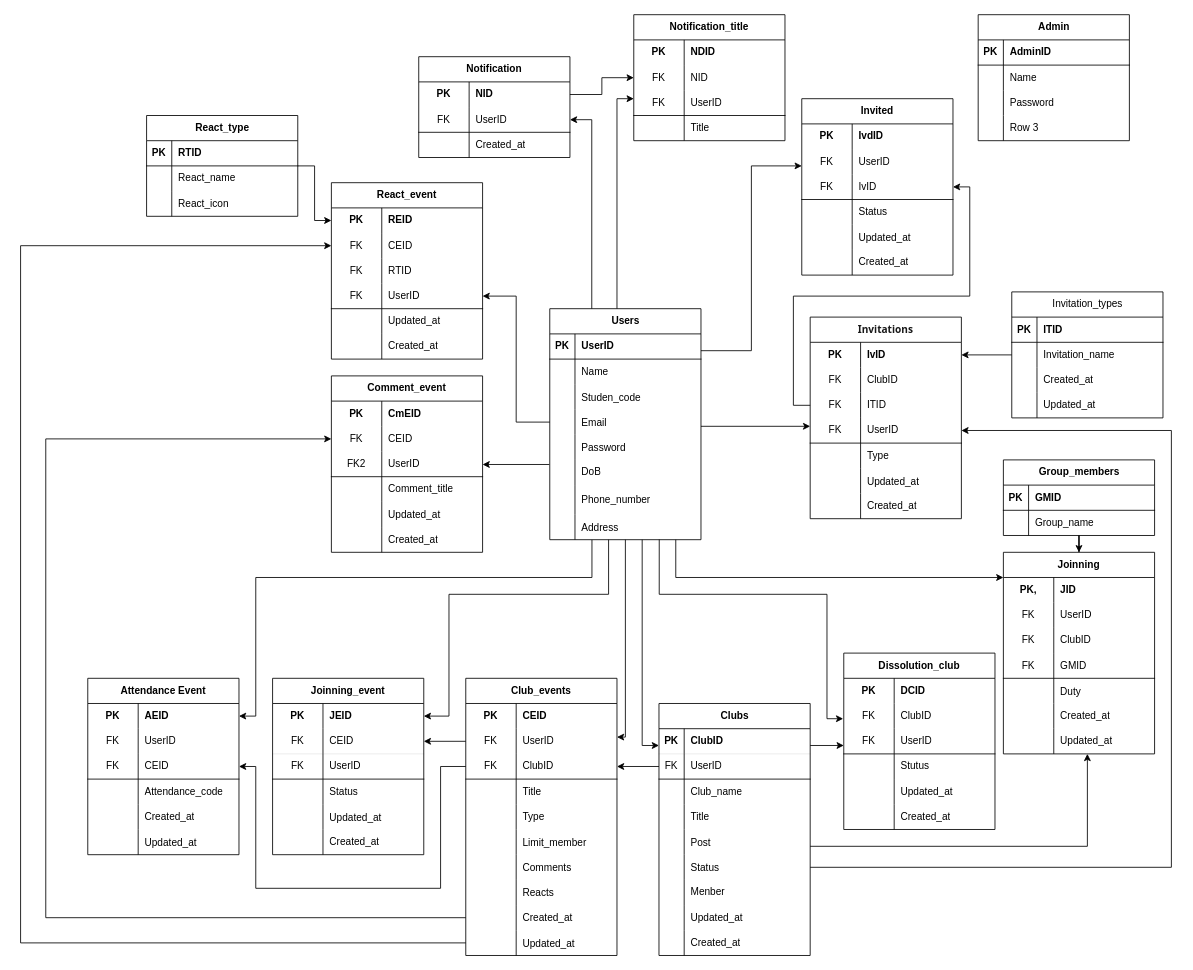
Earlier version of the draw.io diagram page "Database" (14 of 14) of diagram.drawio (ZanhhTrann/finall_project-). Source tidied: cells renumbered, new cells numbered last; positions are measured from the earlier drawing's top-left corner, leaving out a move shared by most shapes. Both pictures are drawn from the tidied source at 84%, with x=0, y=0 at pixel (20, 14).
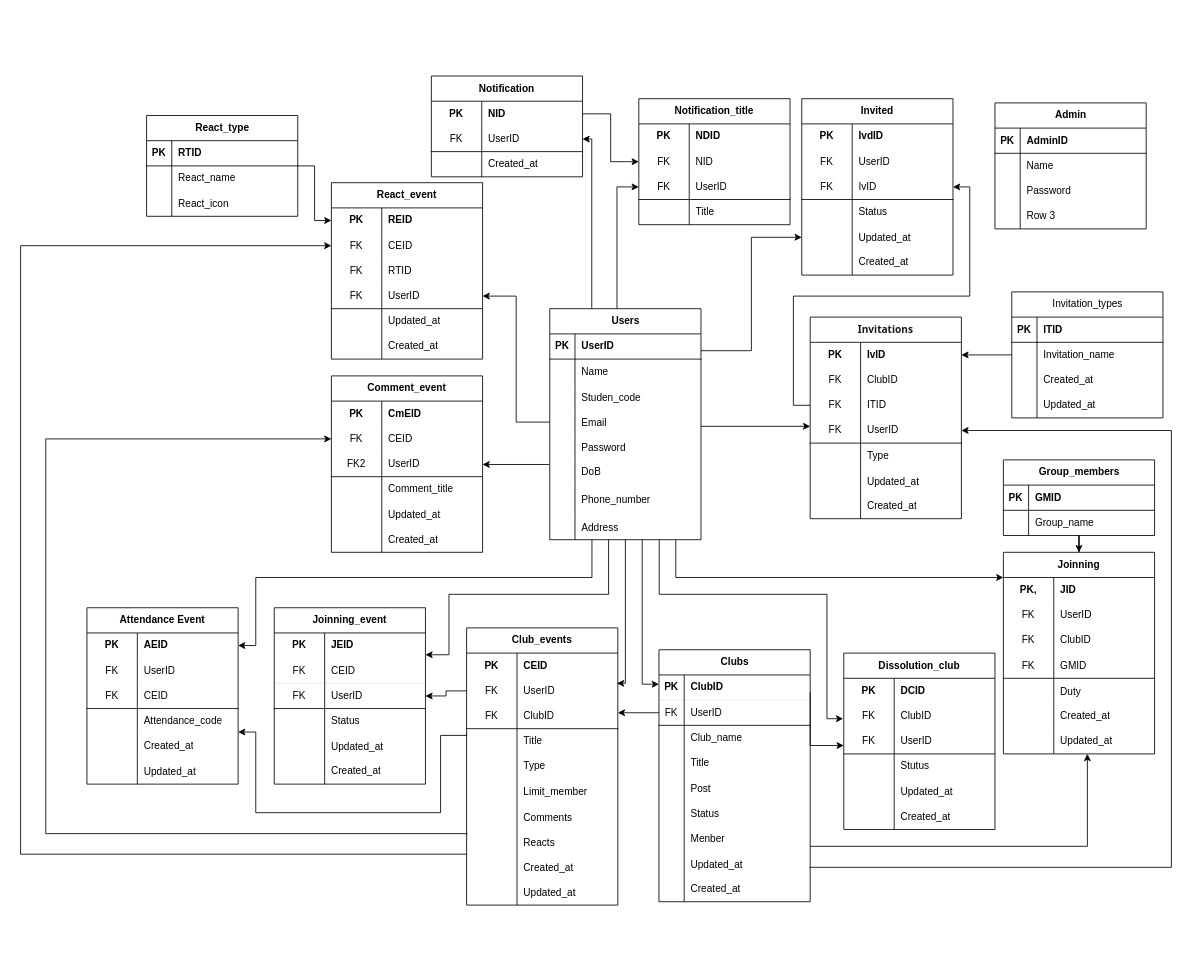
The same diagram, later.

Commit message:
Cập nhật diagram.drawio

Unchanged cells that the change refers to:
```xml
<mxCell id="2" value="&lt;b&gt;Users&lt;/b&gt;" style="shape=table;startSize=30;childLayout=tableLayout;rowLines=0;fontStyle=0;align=center;html=1;" parent="1" vertex="1">
  <mxGeometry x="630" y="350" width="180" height="275" as="geometry" />
</mxCell>
<mxCell id="24" style="shape=tableRow;horizontal=0;startSize=0;swimlaneHead=0;swimlaneBody=0;fillColor=none;points=[[0,0.5],[1,0.5]];portConstraint=eastwest;top=0;left=0;right=0;bottom=0;fontStyle=0;" parent="2" vertex="1">
  <mxGeometry y="245" width="180" height="30" as="geometry" />
</mxCell>
<mxCell id="41" style="shape=tableRow;horizontal=0;startSize=0;swimlaneHead=0;swimlaneBody=0;fillColor=none;points=[[0,0.5],[1,0.5]];portConstraint=eastwest;top=0;left=0;right=0;bottom=1;swimlaneLine=0;strokeWidth=0;fontStyle=0;" parent="40" vertex="1">
  <mxGeometry y="30" width="180" height="30" as="geometry" />
</mxCell>
<mxCell id="44" style="shape=tableRow;horizontal=0;startSize=0;swimlaneHead=0;swimlaneBody=0;fillColor=none;points=[[0,0.5],[1,0.5]];portConstraint=eastwest;top=0;left=0;right=0;bottom=1;html=1;swimlaneLine=0;fontStyle=0;" parent="40" vertex="1">
  <mxGeometry y="60" width="180" height="30" as="geometry" />
</mxCell>
<mxCell id="56" style="shape=tableRow;horizontal=0;startSize=0;swimlaneHead=0;swimlaneBody=0;fillColor=none;points=[[0,0.5],[1,0.5]];portConstraint=eastwest;top=0;left=0;right=0;bottom=0;fontStyle=0;" parent="40" vertex="1">
  <mxGeometry y="180" width="180" height="30" as="geometry" />
</mxCell>
<mxCell id="102" style="shape=tableRow;horizontal=0;startSize=0;swimlaneHead=0;swimlaneBody=0;fillColor=none;points=[[0,0.5],[1,0.5]];portConstraint=eastwest;top=0;left=0;right=0;bottom=0;fontStyle=0;" parent="98" vertex="1">
  <mxGeometry y="60" width="180" height="30" as="geometry" />
</mxCell>
<mxCell id="105" style="shape=tableRow;horizontal=0;startSize=0;swimlaneHead=0;swimlaneBody=0;fillColor=none;points=[[0,0.5],[1,0.5]];portConstraint=eastwest;top=0;left=0;right=0;bottom=1;html=1;fontStyle=0;" parent="98" vertex="1">
  <mxGeometry y="90" width="180" height="30" as="geometry" />
</mxCell>
<mxCell id="108" style="shape=tableRow;horizontal=0;startSize=0;swimlaneHead=0;swimlaneBody=0;fillColor=none;points=[[0,0.5],[1,0.5]];portConstraint=eastwest;top=0;left=0;right=0;bottom=0;html=1;fontStyle=0;" parent="98" vertex="1">
  <mxGeometry y="120" width="180" height="30" as="geometry" />
</mxCell>
<mxCell id="120" style="shape=tableRow;horizontal=0;startSize=0;swimlaneHead=0;swimlaneBody=0;fillColor=none;points=[[0,0.5],[1,0.5]];portConstraint=eastwest;top=0;left=0;right=0;bottom=0;fontStyle=0;" parent="98" vertex="1">
  <mxGeometry y="240" width="180" height="30" as="geometry" />
</mxCell>
<mxCell id="123" style="shape=tableRow;horizontal=0;startSize=0;swimlaneHead=0;swimlaneBody=0;fillColor=none;points=[[0,0.5],[1,0.5]];portConstraint=eastwest;top=0;left=0;right=0;bottom=0;fontStyle=0;" parent="98" vertex="1">
  <mxGeometry y="270" width="180" height="30" as="geometry" />
</mxCell>
<mxCell id="126" style="shape=tableRow;horizontal=0;startSize=0;swimlaneHead=0;swimlaneBody=0;fillColor=none;points=[[0,0.5],[1,0.5]];portConstraint=eastwest;top=0;left=0;right=0;bottom=0;fontStyle=0;" parent="98" vertex="1">
  <mxGeometry y="300" width="180" height="30" as="geometry" />
</mxCell>
<mxCell id="133" style="shape=tableRow;horizontal=0;startSize=0;swimlaneHead=0;swimlaneBody=0;fillColor=none;points=[[0,0.5],[1,0.5]];portConstraint=eastwest;top=0;left=0;right=0;bottom=0;fontStyle=0;" parent="129" vertex="1">
  <mxGeometry y="60" width="180" height="30" as="geometry" />
</mxCell>
<mxCell id="152" style="shape=tableRow;horizontal=0;startSize=0;swimlaneHead=0;swimlaneBody=0;fillColor=none;points=[[0,0.5],[1,0.5]];portConstraint=eastwest;top=0;left=0;right=0;bottom=0;fontStyle=0;" parent="148" vertex="1">
  <mxGeometry y="60" width="180" height="30" as="geometry" />
</mxCell>
<mxCell id="182" style="shape=tableRow;horizontal=0;startSize=0;swimlaneHead=0;swimlaneBody=0;fillColor=none;points=[[0,0.5],[1,0.5]];portConstraint=eastwest;top=0;left=0;right=0;bottom=1;html=1;fontStyle=0;" parent="178" vertex="1">
  <mxGeometry y="60" width="180" height="30" as="geometry" />
</mxCell>
<mxCell id="195" style="shape=tableRow;horizontal=0;startSize=0;swimlaneHead=0;swimlaneBody=0;fillColor=none;points=[[0,0.5],[1,0.5]];portConstraint=eastwest;top=0;left=0;right=0;bottom=1;html=1;fontStyle=0;" parent="188" vertex="1">
  <mxGeometry y="90" width="180" height="30" as="geometry" />
</mxCell>
<mxCell id="214" style="shape=tableRow;horizontal=0;startSize=0;swimlaneHead=0;swimlaneBody=0;fillColor=none;points=[[0,0.5],[1,0.5]];portConstraint=eastwest;top=0;left=0;right=0;bottom=0;fontStyle=0;" parent="201" vertex="1">
  <mxGeometry y="150" width="180" height="30" as="geometry" />
</mxCell>
<mxCell id="230" style="shape=tableRow;horizontal=0;startSize=0;swimlaneHead=0;swimlaneBody=0;fillColor=none;points=[[0,0.5],[1,0.5]];portConstraint=eastwest;top=0;left=0;right=0;bottom=1;html=1;fontStyle=0;" parent="220" vertex="1">
  <mxGeometry y="120" width="180" height="30" as="geometry" />
</mxCell>
<mxCell id="243" style="shape=tableRow;horizontal=0;startSize=0;swimlaneHead=0;swimlaneBody=0;fillColor=none;points=[[0,0.5],[1,0.5]];portConstraint=eastwest;top=0;left=0;right=0;bottom=0;html=1;fontStyle=0;" parent="242" vertex="1">
  <mxGeometry y="30" width="180" height="30" as="geometry" />
</mxCell>
<mxCell id="246" style="shape=tableRow;horizontal=0;startSize=0;swimlaneHead=0;swimlaneBody=0;fillColor=none;points=[[0,0.5],[1,0.5]];portConstraint=eastwest;top=0;left=0;right=0;bottom=1;strokeWidth=0;fontStyle=0;" parent="242" vertex="1">
  <mxGeometry y="60" width="180" height="30" as="geometry" />
</mxCell>
<mxCell id="249" style="shape=tableRow;horizontal=0;startSize=0;swimlaneHead=0;swimlaneBody=0;fillColor=none;points=[[0,0.5],[1,0.5]];portConstraint=eastwest;top=0;left=0;right=0;bottom=1;html=1;fontStyle=0;" parent="242" vertex="1">
  <mxGeometry y="90" width="180" height="30" as="geometry" />
</mxCell>
<mxCell id="262" style="shape=tableRow;horizontal=0;startSize=0;swimlaneHead=0;swimlaneBody=0;fillColor=none;points=[[0,0.5],[1,0.5]];portConstraint=eastwest;top=0;left=0;right=0;bottom=0;html=1;fontStyle=0;" parent="261" vertex="1">
  <mxGeometry y="30" width="180" height="30" as="geometry" />
</mxCell>
<mxCell id="268" style="shape=tableRow;horizontal=0;startSize=0;swimlaneHead=0;swimlaneBody=0;fillColor=none;points=[[0,0.5],[1,0.5]];portConstraint=eastwest;top=0;left=0;right=0;bottom=1;html=1;fontStyle=0;" parent="261" vertex="1">
  <mxGeometry y="90" width="180" height="30" as="geometry" />
</mxCell>
```

Diff of the diagram source:
```diff
@@
     <mxCell id="27" value="&lt;b&gt;Admin&lt;/b&gt;" style="shape=table;startSize=30;childLayout=tableLayout;rowLines=0;fontStyle=0;align=center;html=1;" parent="1" vertex="1">
-      <mxGeometry x="1140" width="180" height="150" as="geometry" />
+      <mxGeometry x="1160" y="105" width="180" height="150" as="geometry" />
     </mxCell>
@@
     <mxCell id="40" value="&lt;b&gt;Clubs&lt;/b&gt;" style="shape=table;startSize=30;childLayout=tableLayout;rowLines=0;fontStyle=0;align=center;html=1;" parent="1" vertex="1">
-      <mxGeometry x="760" y="820" width="180" height="300" as="geometry" />
+      <mxGeometry x="760" y="756" width="180" height="300" as="geometry" />
     </mxCell>
@@
     <mxCell id="98" value="&lt;b&gt;Club_events&lt;/b&gt;" style="shape=table;startSize=30;childLayout=tableLayout;rowLines=0;fontStyle=0;align=center;html=1;whiteSpace=wrap;" parent="1" vertex="1">
-      <mxGeometry x="530" y="790" width="180" height="330" as="geometry" />
+      <mxGeometry x="531" y="730" width="180" height="330" as="geometry" />
     </mxCell>
@@
     <mxCell id="178" value="&lt;b&gt;Notification&lt;/b&gt;" style="shape=table;startSize=30;childLayout=tableLayout;rowLines=0;fontStyle=0;align=center;html=1;whiteSpace=wrap;" parent="1" vertex="1">
-      <mxGeometry x="474" y="50" width="180" height="120" as="geometry" />
+      <mxGeometry x="489" y="73" width="180" height="120" as="geometry" />
     </mxCell>
@@
     <mxCell id="188" value="&lt;b&gt;Notification_title&lt;/b&gt;" style="shape=table;startSize=30;childLayout=tableLayout;rowLines=0;fontStyle=0;align=center;html=1;whiteSpace=wrap;" parent="1" vertex="1">
-      <mxGeometry x="730" width="180" height="150" as="geometry" />
+      <mxGeometry x="736" y="100" width="180" height="150" as="geometry" />
     </mxCell>
@@
     <mxCell id="242" value="&lt;b&gt;Joinning_event&lt;/b&gt;" style="shape=table;startSize=30;childLayout=tableLayout;rowLines=0;fontStyle=0;align=center;html=1;whiteSpace=wrap;" parent="1" vertex="1">
-      <mxGeometry x="300" y="790" width="180" height="210" as="geometry" />
+      <mxGeometry x="302" y="706" width="180" height="210" as="geometry" />
     </mxCell>
@@
     <mxCell id="261" value="&lt;b&gt;Attendance Event&lt;/b&gt;" style="shape=table;startSize=30;childLayout=tableLayout;rowLines=0;fontStyle=0;align=center;html=1;whiteSpace=wrap;" parent="1" vertex="1">
-      <mxGeometry x="80" y="790" width="180" height="210" as="geometry" />
+      <mxGeometry x="79" y="706" width="180" height="210" as="geometry" />
     </mxCell>
@@
-    <mxCell id="313" style="edgeStyle=orthogonalEdgeStyle;rounded=0;jettySize=auto;html=1;" parent="1" edge="1" source="2" target="102">
+    <mxCell id="313" style="edgeStyle=orthogonalEdgeStyle;rounded=0;jettySize=auto;html=1;" parent="1" edge="1" source="2">
       <mxGeometry relative="1" as="geometry">
+        <mxPoint x="710" y="796" as="targetPoint" />
         <Array as="points">
-          <mxPoint x="720" y="860" />
+          <mxPoint x="720" y="796" />
+          <mxPoint x="711" y="796" />
         </Array>
       </mxGeometry>
     </mxCell>
-    <mxCell id="314" style="edgeStyle=orthogonalEdgeStyle;rounded=0;jettySize=auto;html=1;" parent="1" edge="1" source="24" target="41">
+    <mxCell id="314" style="edgeStyle=orthogonalEdgeStyle;rounded=0;jettySize=auto;html=1;entryX=0;entryY=0.367;entryDx=0;entryDy=0;entryPerimeter=0;" parent="1" edge="1" source="24" target="41">
       <mxGeometry relative="1" as="geometry">
         <Array as="points">
-          <mxPoint x="740" y="870" />
+          <mxPoint x="740" y="797" />
         </Array>
       </mxGeometry>
     </mxCell>
-    <mxCell id="315" style="edgeStyle=orthogonalEdgeStyle;rounded=0;jettySize=auto;html=1;entryX=1;entryY=0.5;entryDx=0;entryDy=0;" parent="1" edge="1" source="24" target="243">
+    <mxCell id="315" style="edgeStyle=orthogonalEdgeStyle;rounded=0;jettySize=auto;html=1;" parent="1" edge="1" source="24">
       <mxGeometry relative="1" as="geometry">
+        <mxPoint x="482" y="762" as="targetPoint" />
         <Array as="points">
           <mxPoint x="700" y="690" />
           <mxPoint x="510" y="690" />
-          <mxPoint x="510" y="835" />
+          <mxPoint x="510" y="762" />
+          <mxPoint x="482" y="762" />
         </Array>
       </mxGeometry>
     </mxCell>
-    <mxCell id="316" style="edgeStyle=orthogonalEdgeStyle;rounded=0;jettySize=auto;html=1;entryX=1;entryY=0.5;entryDx=0;entryDy=0;exitX=0.279;exitY=1.006;exitDx=0;exitDy=0;exitPerimeter=0;" parent="1" edge="1" source="24" target="262">
+    <mxCell id="316" style="edgeStyle=orthogonalEdgeStyle;rounded=0;jettySize=auto;html=1;exitX=0.279;exitY=1.006;exitDx=0;exitDy=0;exitPerimeter=0;" parent="1" edge="1" source="24">
       <mxGeometry relative="1" as="geometry">
+        <mxPoint x="259" y="751" as="targetPoint" />
         <Array as="points">
           <mxPoint x="680" y="670" />
           <mxPoint x="280" y="670" />
-          <mxPoint x="280" y="835" />
+          <mxPoint x="280" y="751" />
         </Array>
       </mxGeometry>
     </mxCell>
@@
     <mxCell id="319" style="edgeStyle=orthogonalEdgeStyle;rounded=0;jettySize=auto;html=1;" parent="1" edge="1" source="44" target="105">
-      <mxGeometry relative="1" as="geometry" />
+      <mxGeometry relative="1" as="geometry">
+        <Array as="points">
+          <mxPoint x="725" y="831" />
+          <mxPoint x="725" y="831" />
+        </Array>
+      </mxGeometry>
     </mxCell>
-    <mxCell id="320" style="edgeStyle=orthogonalEdgeStyle;rounded=0;jettySize=auto;html=1;exitX=0;exitY=0.5;exitDx=0;exitDy=0;" parent="1" edge="1" source="102" target="246">
+    <mxCell id="320" style="edgeStyle=orthogonalEdgeStyle;rounded=0;jettySize=auto;html=1;exitX=0;exitY=0.5;exitDx=0;exitDy=0;entryX=1;entryY=0.5;entryDx=0;entryDy=0;" parent="1" edge="1" source="102" target="249">
       <mxGeometry relative="1" as="geometry" />
     </mxCell>
-    <mxCell id="321" style="edgeStyle=orthogonalEdgeStyle;rounded=0;jettySize=auto;html=1;entryX=1;entryY=0.5;entryDx=0;entryDy=0;" parent="1" edge="1" source="105" target="268">
+    <mxCell id="321" style="edgeStyle=orthogonalEdgeStyle;rounded=0;jettySize=auto;html=1;exitX=-0.001;exitY=0.197;exitDx=0;exitDy=0;exitPerimeter=0;" parent="1" edge="1" source="108">
       <mxGeometry relative="1" as="geometry">
+        <mxPoint x="259" y="854" as="targetPoint" />
         <Array as="points">
-          <mxPoint x="500" y="895" />
-          <mxPoint x="500" y="1040" />
-          <mxPoint x="280" y="1040" />
-          <mxPoint x="280" y="895" />
+          <mxPoint x="531" y="858" />
+          <mxPoint x="500" y="858" />
+          <mxPoint x="500" y="950" />
+          <mxPoint x="280" y="950" />
+          <mxPoint x="280" y="854" />
         </Array>
       </mxGeometry>
     </mxCell>
-    <mxCell id="322" style="edgeStyle=orthogonalEdgeStyle;rounded=0;jettySize=auto;html=1;entryX=0;entryY=0.5;entryDx=0;entryDy=0;" parent="1" edge="1" source="123" target="152">
+    <mxCell id="322" style="edgeStyle=orthogonalEdgeStyle;rounded=0;jettySize=auto;html=1;entryX=0;entryY=0.5;entryDx=0;entryDy=0;exitX=0.006;exitY=0.164;exitDx=0;exitDy=0;exitPerimeter=0;" parent="1" edge="1" source="120" target="152">
       <mxGeometry relative="1" as="geometry">
         <Array as="points">
-          <mxPoint x="30" y="1075" />
+          <mxPoint x="30" y="975" />
           <mxPoint x="30" y="505" />
         </Array>
       </mxGeometry>
     </mxCell>
@@
     <mxCell id="325" style="edgeStyle=orthogonalEdgeStyle;rounded=0;jettySize=auto;html=1;entryX=1;entryY=0.5;entryDx=0;entryDy=0;" parent="1" edge="1" source="2" target="182">
       <mxGeometry relative="1" as="geometry">
         <Array as="points">
-          <mxPoint x="680" y="125" />
+          <mxPoint x="680" y="148" />
         </Array>
       </mxGeometry>
     </mxCell>
-    <mxCell id="326" style="edgeStyle=orthogonalEdgeStyle;rounded=0;orthogonalLoop=1;jettySize=auto;html=1;" parent="1" edge="1">
+    <mxCell id="326" style="edgeStyle=orthogonalEdgeStyle;rounded=0;jettySize=auto;html=1;entryX=0;entryY=0.5;entryDx=0;entryDy=0;" parent="1" edge="1" target="195">
       <mxGeometry relative="1" as="geometry">
         <mxPoint x="710" y="350" as="sourcePoint" />
-        <mxPoint x="730" y="100" as="targetPoint" />
         <Array as="points">
-          <mxPoint x="710" y="100" />
-          <mxPoint x="730" y="100" />
+          <mxPoint x="710" y="205" />
         </Array>
       </mxGeometry>
     </mxCell>
-    <mxCell id="327" style="edgeStyle=orthogonalEdgeStyle;rounded=0;jettySize=auto;html=1;" parent="1" edge="1" source="2">
+    <mxCell id="327" style="edgeStyle=orthogonalEdgeStyle;rounded=0;jettySize=auto;html=1;entryX=0;entryY=0.5;entryDx=0;entryDy=0;" parent="1" edge="1" source="2" target="214">
       <mxGeometry relative="1" as="geometry">
-        <mxPoint x="930" y="180" as="targetPoint" />
         <Array as="points">
           <mxPoint x="870" y="400" />
-          <mxPoint x="870" y="180" />
+          <mxPoint x="870" y="265" />
         </Array>
       </mxGeometry>
     </mxCell>
@@
-    <mxCell id="332" style="edgeStyle=orthogonalEdgeStyle;rounded=0;jettySize=auto;html=1;entryX=1;entryY=0.5;entryDx=0;entryDy=0;" parent="1" edge="1" source="56" target="230">
+    <mxCell id="332" style="edgeStyle=orthogonalEdgeStyle;rounded=0;jettySize=auto;html=1;entryX=1;entryY=0.5;entryDx=0;entryDy=0;" parent="1" edge="1" target="230">
       <mxGeometry relative="1" as="geometry">
+        <mxPoint x="939" y="1015" as="sourcePoint" />
         <Array as="points">
           <mxPoint x="1370" y="1015" />
           <mxPoint x="1370" y="495" />
         </Array>
       </mxGeometry>
     </mxCell>
@@
-    <mxCell id="334" style="edgeStyle=orthogonalEdgeStyle;rounded=0;jettySize=auto;html=1;entryX=0;entryY=0.5;entryDx=0;entryDy=0;" parent="1" edge="1" source="126" target="133">
+    <mxCell id="334" style="edgeStyle=orthogonalEdgeStyle;rounded=0;jettySize=auto;html=1;entryX=0;entryY=0.5;entryDx=0;entryDy=0;exitX=0;exitY=0.979;exitDx=0;exitDy=0;exitPerimeter=0;" parent="1" edge="1" source="120" target="133">
       <mxGeometry relative="1" as="geometry">
         <Array as="points">
-          <mxPoint y="1105" />
+          <mxPoint y="999" />
           <mxPoint y="275" />
         </Array>
       </mxGeometry>
     </mxCell>
```
